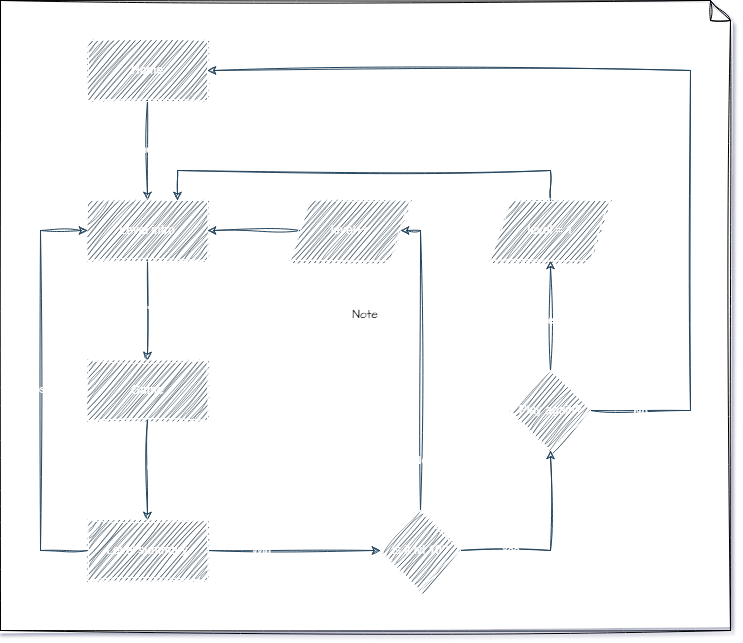
This is flowchart.png from vasilyoshev/ai-assistant, a draw.io export, as it was before one commit. Source tidied: cells renumbered, new cells last; positions are measured from the earlier drawing's top-left corner, leaving out a move shared by most shapes.
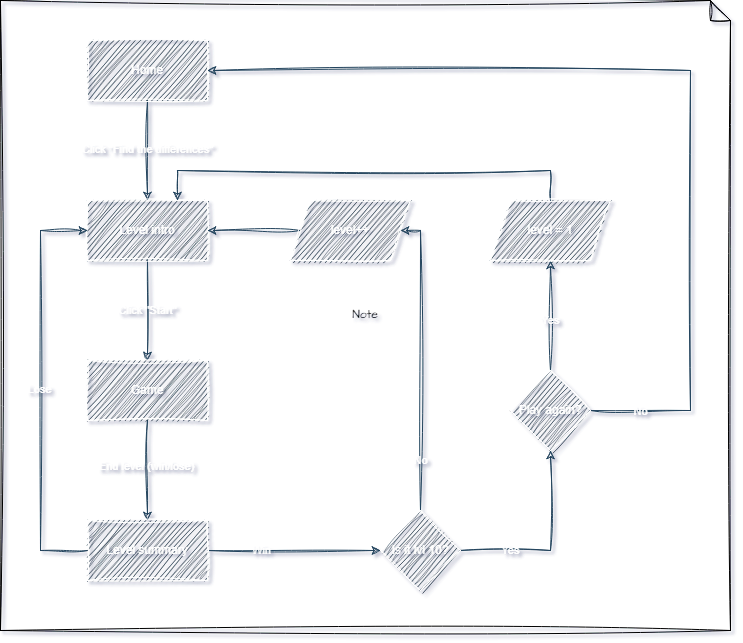
The same file after the commit.

Diff of the diagram source:
```diff
@@ -2,7 +2,7 @@
   <root>
     <mxCell id="0" />
     <mxCell id="1" parent="0" />
-    <mxCell id="2" value="Note" style="shape=note;size=20;whiteSpace=wrap;html=1;sketch=1;hachureGap=4;jiggle=2;curveFitting=1;fontFamily=Architects Daughter;fontSource=https%3A%2F%2Ffonts.googleapis.com%2Fcss%3Ffamily%3DArchitects%2BDaughter;" parent="1" vertex="1">
+    <mxCell id="2" value="Note" style="shape=note;size=20;whiteSpace=wrap;html=1;sketch=1;hachureGap=4;jiggle=2;curveFitting=1;fontFamily=Architects Daughter;fontSource=https%3A%2F%2Ffonts.googleapis.com%2Fcss%3Ffamily%3DArchitects%2BDaughter;fillColor=none;" parent="1" vertex="1">
       <mxGeometry width="730" height="630" as="geometry" />
     </mxCell>
     <mxCell id="3" style="edgeStyle=orthogonalEdgeStyle;rounded=0;jettySize=auto;html=1;labelBackgroundColor=none;fontColor=default;strokeColor=#23445D;sketch=1;curveFitting=1;jiggle=2;strokeWidth=1;" parent="1" edge="1" source="5" target="8">
```
